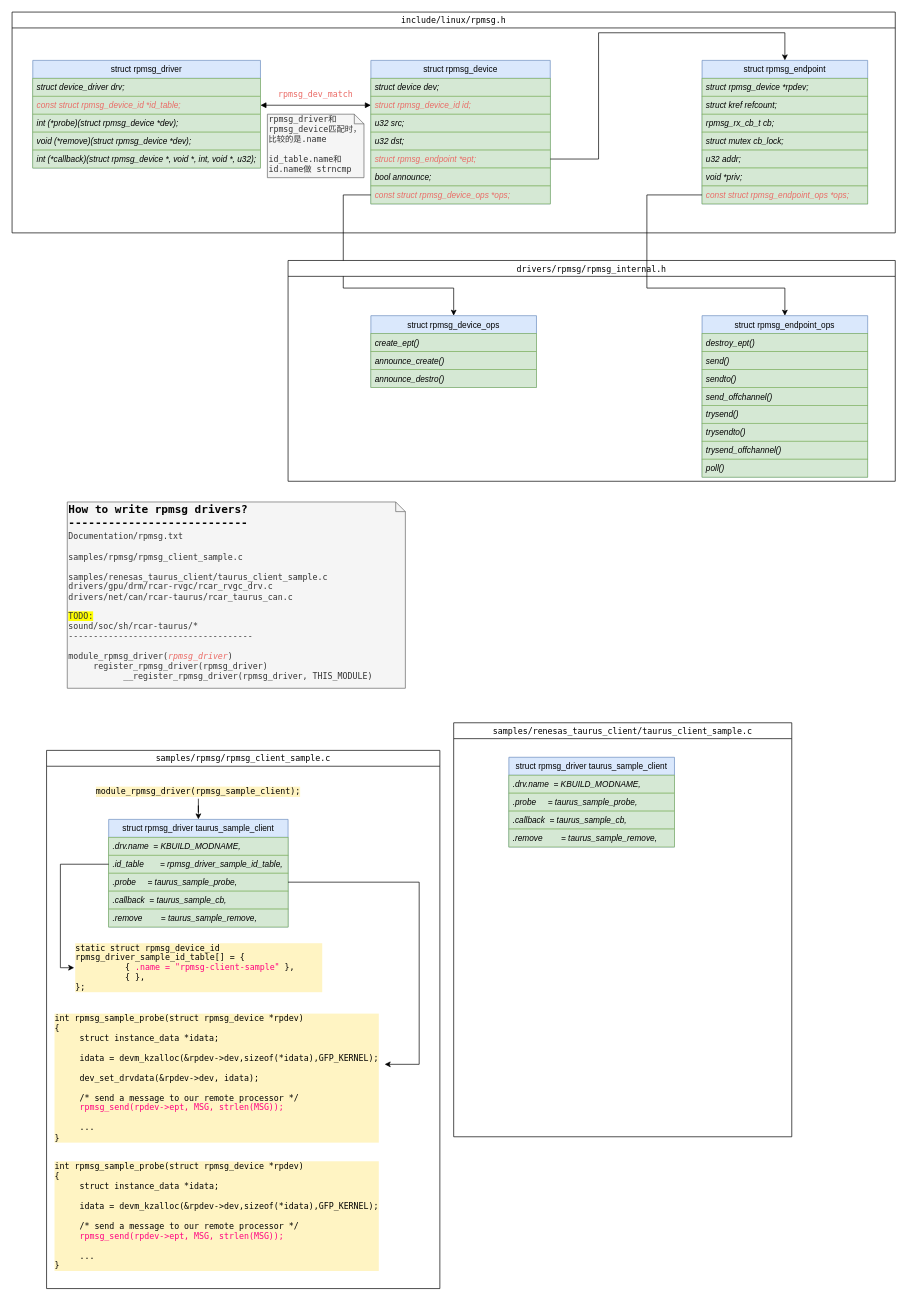
giraffesnn/UML keeps this draw.io diagram as rpmsg_framework.drawio. Above is the earlier version. Source tidied: cells renumbered, new cells numbered last; positions are measured from the earlier drawing's top-left corner, leaving out a move shared by most shapes. Both pictures are drawn from the tidied source at 69%, with x=0, y=0 at pixel (12, 12).
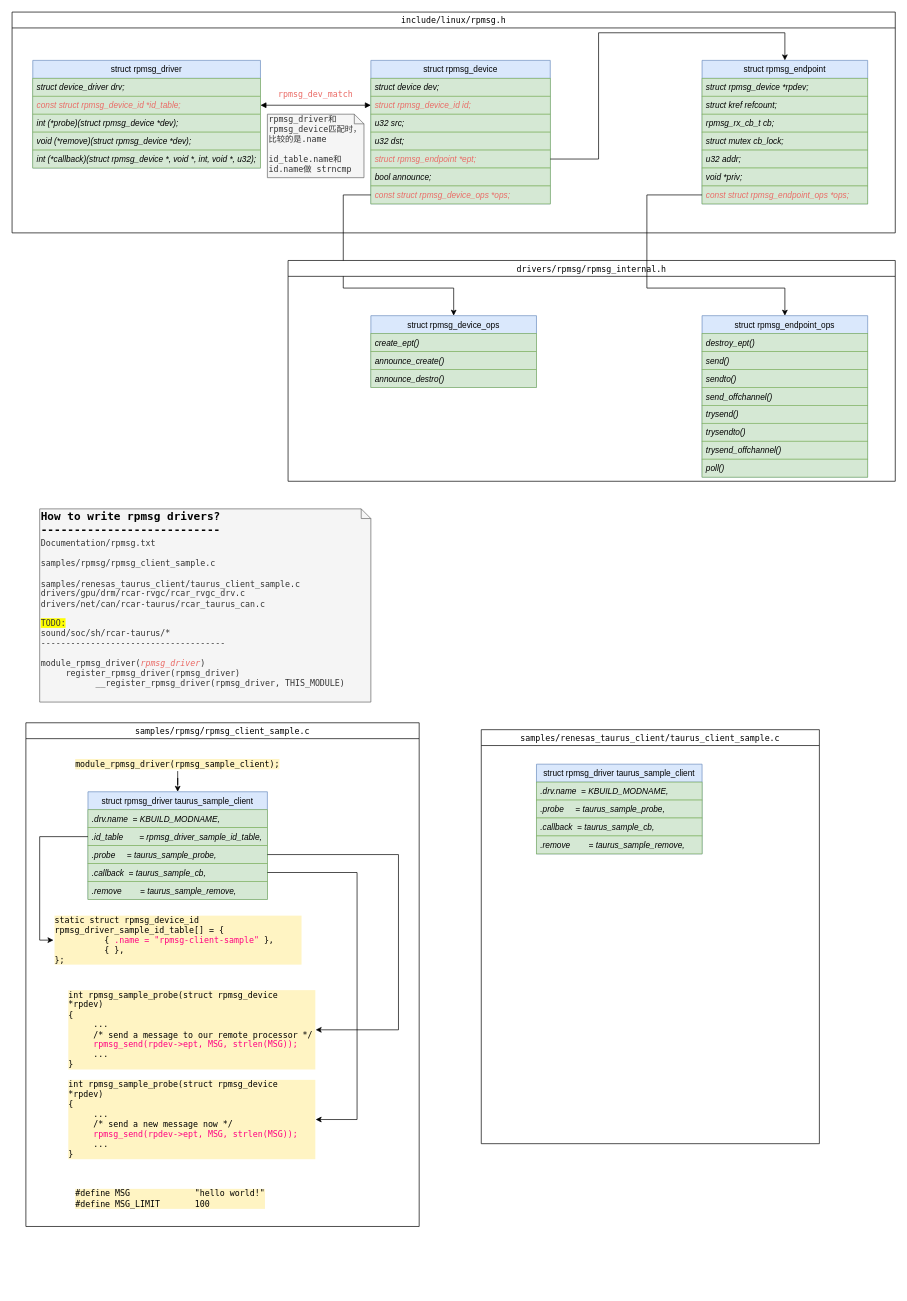
The same diagram, later.

Unchanged cells that the change refers to:
```xml
<mxCell id="58" value=".probe     = taurus_sample_probe," style="text;strokeColor=#82b366;fillColor=#d5e8d4;align=left;verticalAlign=top;spacingLeft=4;spacingRight=4;overflow=hidden;points=[[0,0.5],[1,0.5]];portConstraint=eastwest;fontStyle=2;" parent="55" vertex="1">
  <mxGeometry y="78" width="260" height="26" as="geometry" />
</mxCell>
<mxCell id="59" value=".callback  = taurus_sample_cb," style="text;strokeColor=#82b366;fillColor=#d5e8d4;align=left;verticalAlign=top;spacingLeft=4;spacingRight=4;overflow=hidden;points=[[0,0.5],[1,0.5]];portConstraint=eastwest;fontStyle=2;" parent="55" vertex="1">
  <mxGeometry y="104" width="260" height="26" as="geometry" />
</mxCell>
```

The edit, as a diff of the source:
```diff
@@
     <mxCell id="45" value="samples/renesas_taurus_client/taurus_client_sample.c" style="swimlane;fontStyle=0;fontFamily=Lucida Console;" parent="1" vertex="1">
-      <mxGeometry x="640" y="1030" width="490" height="600" as="geometry" />
+      <mxGeometry x="680" y="1040" width="490" height="600" as="geometry" />
     </mxCell>
@@
     <mxCell id="51" value="&lt;div&gt;&lt;font size=&quot;1&quot; color=&quot;#000000&quot;&gt;&lt;b style=&quot;font-size: 16px&quot;&gt;How to write rpmsg drivers?&lt;/b&gt;&lt;/font&gt;&lt;/div&gt;&lt;div&gt;&lt;font size=&quot;1&quot; color=&quot;#000000&quot;&gt;&lt;b style=&quot;font-size: 16px&quot;&gt;---------------------------&lt;br&gt;&lt;/b&gt;&lt;/font&gt;&lt;/div&gt;&lt;div&gt;&lt;font size=&quot;1&quot; color=&quot;#000000&quot;&gt;&lt;b style=&quot;font-size: 16px&quot;&gt;&lt;/b&gt;&lt;/font&gt;Documentation/rpmsg.txt&lt;br&gt;&lt;/div&gt;&lt;div&gt;&lt;br&gt;&lt;/div&gt;&lt;div&gt;samples/rpmsg/rpmsg_client_sample.c&lt;/div&gt;&lt;div&gt;&lt;br&gt;&lt;/div&gt;&lt;div&gt;samples/renesas_taurus_client/taurus_client_sample.c&lt;br&gt;&lt;/div&gt;&lt;div&gt;drivers/gpu/drm/rcar-rvgc/rcar_rvgc_drv.c&lt;/div&gt;&lt;div&gt;drivers/net/can/rcar-taurus/rcar_taurus_can.c&lt;/div&gt;&lt;div&gt;&lt;br&gt;&lt;/div&gt;&lt;div&gt;&lt;span style=&quot;background-color: rgb(255 , 255 , 0)&quot;&gt;TODO:&lt;/span&gt;&lt;br&gt;&lt;/div&gt;&lt;div&gt;sound/soc/sh/rcar-taurus/*&lt;/div&gt;&lt;div&gt;-------------------------------------&lt;/div&gt;&lt;div&gt;&lt;br&gt;&lt;/div&gt;&lt;div&gt;&lt;div&gt;module_rpmsg_driver(&lt;font color=&quot;#EA6B66&quot;&gt;&lt;i&gt;rpmsg_driver&lt;/i&gt;&lt;/font&gt;)&lt;/div&gt;&lt;div&gt;&amp;nbsp;&amp;nbsp;&amp;nbsp;&amp;nbsp; register_rpmsg_driver(rpmsg_driver)&lt;br&gt;&lt;/div&gt;&amp;nbsp;&amp;nbsp;&amp;nbsp;&amp;nbsp;&amp;nbsp;&amp;nbsp;&amp;nbsp;&amp;nbsp;&amp;nbsp;&amp;nbsp; __register_rpmsg_driver(rpmsg_driver, THIS_MODULE)&lt;/div&gt;" style="shape=note;whiteSpace=wrap;html=1;size=14;verticalAlign=top;align=left;spacingTop=-6;fontFamily=Lucida Console;fontColor=#333333;fillColor=#f5f5f5;strokeColor=#666666;" parent="1" vertex="1">
-      <mxGeometry x="80" y="710" width="490" height="270" as="geometry" />
+      <mxGeometry x="40" y="720" width="480" height="280" as="geometry" />
     </mxCell>
     <mxCell id="52" value="samples/rpmsg/rpmsg_client_sample.c" style="swimlane;fontStyle=0;fontFamily=Lucida Console;" parent="1" vertex="1">
-      <mxGeometry x="50" y="1070" width="570" height="780" as="geometry" />
+      <mxGeometry x="20" y="1030" width="570" height="730" as="geometry" />
     </mxCell>
@@
-    <mxCell id="63" value="&lt;div&gt;int rpmsg_sample_probe(struct rpmsg_device *rpdev) &lt;br&gt;&lt;/div&gt;&lt;div&gt;{&lt;/div&gt;&lt;div&gt;&amp;nbsp;&amp;nbsp;&amp;nbsp;&amp;nbsp; struct instance_data *idata;&lt;/div&gt;&lt;div&gt;&lt;br&gt;&lt;/div&gt;&lt;div&gt;&amp;nbsp;&amp;nbsp;&amp;nbsp;&amp;nbsp; idata = devm_kzalloc(&amp;amp;rpdev-&amp;gt;dev,sizeof(*idata),GFP_KERNEL);&lt;br&gt;&lt;/div&gt;&lt;div&gt;&lt;br&gt;&lt;/div&gt;&lt;div&gt;&amp;nbsp; &amp;nbsp;&amp;nbsp; dev_set_drvdata(&amp;amp;rpdev-&amp;gt;dev, idata); &amp;nbsp;&amp;nbsp;&amp;nbsp; &lt;br&gt;&lt;/div&gt;&lt;div&gt;&lt;br&gt;&lt;/div&gt;&lt;div&gt;&amp;nbsp;&amp;nbsp;&amp;nbsp;&amp;nbsp; /* send a message to our remote processor */&lt;/div&gt;&lt;div&gt;&amp;nbsp;&amp;nbsp;&amp;nbsp;&amp;nbsp; &lt;font color=&quot;#FF0080&quot;&gt;rpmsg_send(rpdev-&amp;gt;ept, MSG, strlen(MSG));&lt;/font&gt;&lt;/div&gt;&lt;div&gt;&lt;br&gt;&lt;/div&gt;&lt;div&gt;&amp;nbsp;&amp;nbsp;&amp;nbsp;&amp;nbsp; ...&lt;/div&gt;&lt;div&gt;}&lt;/div&gt;" style="text;html=1;strokeColor=none;fillColor=none;align=left;verticalAlign=middle;whiteSpace=wrap;rounded=0;fontFamily=Lucida Console;fontColor=#000000;shadow=0;labelBackgroundColor=#FFF4C3;" parent="52" vertex="1">
-      <mxGeometry x="10" y="380" width="480" height="190" as="geometry" />
+    <mxCell id="63" value="&lt;div&gt;int rpmsg_sample_probe(struct rpmsg_device *rpdev) &lt;br&gt;&lt;/div&gt;&lt;div&gt;{&lt;br&gt;&lt;/div&gt;&lt;div&gt;&amp;nbsp;&amp;nbsp;&amp;nbsp;&amp;nbsp; ...&lt;br&gt;&lt;/div&gt;&lt;div&gt;&amp;nbsp;&amp;nbsp;&amp;nbsp;&amp;nbsp; /* send a message to our remote processor */&lt;/div&gt;&lt;div&gt;&amp;nbsp;&amp;nbsp;&amp;nbsp;&amp;nbsp; &lt;font color=&quot;#FF0080&quot;&gt;rpmsg_send(rpdev-&amp;gt;ept, MSG, strlen(MSG));&lt;/font&gt;&lt;/div&gt;&lt;div&gt;&amp;nbsp;&amp;nbsp;&amp;nbsp;&amp;nbsp; ...&lt;/div&gt;&lt;div&gt;}&lt;/div&gt;" style="text;html=1;strokeColor=none;fillColor=none;align=left;verticalAlign=middle;whiteSpace=wrap;rounded=0;fontFamily=Lucida Console;fontColor=#000000;shadow=0;labelBackgroundColor=#FFF4C3;" parent="52" vertex="1">
+      <mxGeometry x="60" y="390" width="360" height="110" as="geometry" />
     </mxCell>
-    <mxCell id="64" style="edgeStyle=orthogonalEdgeStyle;rounded=0;jettySize=auto;html=1;fontFamily=Lucida Console;fontColor=#000000;" parent="52" edge="1" source="58">
+    <mxCell id="64" style="edgeStyle=orthogonalEdgeStyle;rounded=0;jettySize=auto;html=1;fontFamily=Lucida Console;fontColor=#000000;" parent="52" edge="1" source="58" target="63">
       <mxGeometry relative="1" as="geometry">
-        <mxPoint x="490" y="455" as="targetPoint" />
         <Array as="points">
           <mxPoint x="540" y="191" />
-          <mxPoint x="540" y="455" />
+          <mxPoint x="540" y="445" />
         </Array>
       </mxGeometry>
     </mxCell>
-    <mxCell id="65" value="&lt;div&gt;int rpmsg_sample_probe(struct rpmsg_device *rpdev) &lt;br&gt;&lt;/div&gt;&lt;div&gt;{&lt;/div&gt;&lt;div&gt;&amp;nbsp;&amp;nbsp;&amp;nbsp;&amp;nbsp; struct instance_data *idata;&lt;/div&gt;&lt;div&gt;&lt;br&gt;&lt;/div&gt;&lt;div&gt;&amp;nbsp;&amp;nbsp;&amp;nbsp;&amp;nbsp; idata = devm_kzalloc(&amp;amp;rpdev-&amp;gt;dev,sizeof(*idata),GFP_KERNEL);&lt;br&gt;&lt;/div&gt;&lt;div&gt;&lt;br&gt;&lt;/div&gt;&lt;div&gt;&amp;nbsp;&amp;nbsp;&amp;nbsp;&amp;nbsp; /* send a message to our remote processor */&lt;/div&gt;&lt;div&gt;&amp;nbsp;&amp;nbsp;&amp;nbsp;&amp;nbsp; &lt;font color=&quot;#FF0080&quot;&gt;rpmsg_send(rpdev-&amp;gt;ept, MSG, strlen(MSG));&lt;/font&gt;&lt;/div&gt;&lt;div&gt;&lt;br&gt;&lt;/div&gt;&lt;div&gt;&amp;nbsp;&amp;nbsp;&amp;nbsp;&amp;nbsp; ...&lt;/div&gt;&lt;div&gt;}&lt;/div&gt;" style="text;html=1;strokeColor=none;fillColor=none;align=left;verticalAlign=middle;whiteSpace=wrap;rounded=0;fontFamily=Lucida Console;fontColor=#000000;shadow=0;labelBackgroundColor=#FFF4C3;" parent="52" vertex="1">
-      <mxGeometry x="10" y="600" width="480" height="150" as="geometry" />
-    </mxCell>
+    <mxCell id="66" value="#define MSG&amp;nbsp;&amp;nbsp;&amp;nbsp;&amp;nbsp;&amp;nbsp;&amp;nbsp;&amp;nbsp;&amp;nbsp;&amp;nbsp;&amp;nbsp;&amp;nbsp;&amp;nbsp; &quot;hello world!&quot;&lt;br&gt;#define MSG_LIMIT&amp;nbsp;&amp;nbsp;&amp;nbsp;&amp;nbsp;&amp;nbsp;&amp;nbsp; 100&lt;br&gt;" style="text;html=1;strokeColor=none;fillColor=none;align=left;verticalAlign=middle;whiteSpace=wrap;rounded=0;fontFamily=Lucida Console;fontColor=#000000;shadow=0;labelBackgroundColor=#FFF4C3;" parent="52" vertex="1">
+      <mxGeometry x="70" y="670" width="280" height="40" as="geometry" />
+    </mxCell>
+    <mxCell id="67" value="&lt;div&gt;int rpmsg_sample_probe(struct rpmsg_device *rpdev) &lt;br&gt;&lt;/div&gt;&lt;div&gt;{&lt;br&gt;&lt;/div&gt;&lt;div&gt;&amp;nbsp;&amp;nbsp;&amp;nbsp;&amp;nbsp; ...&lt;br&gt;&lt;/div&gt;&lt;div&gt;&amp;nbsp;&amp;nbsp;&amp;nbsp;&amp;nbsp; /* send a new message now */&lt;/div&gt;&lt;div&gt;&amp;nbsp;&amp;nbsp;&amp;nbsp;&amp;nbsp; &lt;font color=&quot;#FF0080&quot;&gt;rpmsg_send(rpdev-&amp;gt;ept, MSG, strlen(MSG));&lt;/font&gt;&lt;/div&gt;&lt;div&gt;&amp;nbsp;&amp;nbsp;&amp;nbsp;&amp;nbsp; ...&lt;/div&gt;&lt;div&gt;}&lt;/div&gt;" style="text;html=1;strokeColor=none;fillColor=none;align=left;verticalAlign=middle;whiteSpace=wrap;rounded=0;fontFamily=Lucida Console;fontColor=#000000;shadow=0;labelBackgroundColor=#FFF4C3;" parent="52" vertex="1">
+      <mxGeometry x="60" y="520" width="360" height="110" as="geometry" />
+    </mxCell>
+    <mxCell id="68" style="edgeStyle=orthogonalEdgeStyle;rounded=0;jettySize=auto;html=1;fontFamily=Lucida Console;fontColor=#000000;entryX=1;entryY=0.5;entryDx=0;entryDy=0;" parent="52" edge="1" source="59" target="67">
+      <mxGeometry relative="1" as="geometry">
+        <Array as="points">
+          <mxPoint x="480" y="217" />
+          <mxPoint x="480" y="575" />
+        </Array>
+      </mxGeometry>
+    </mxCell>
```
